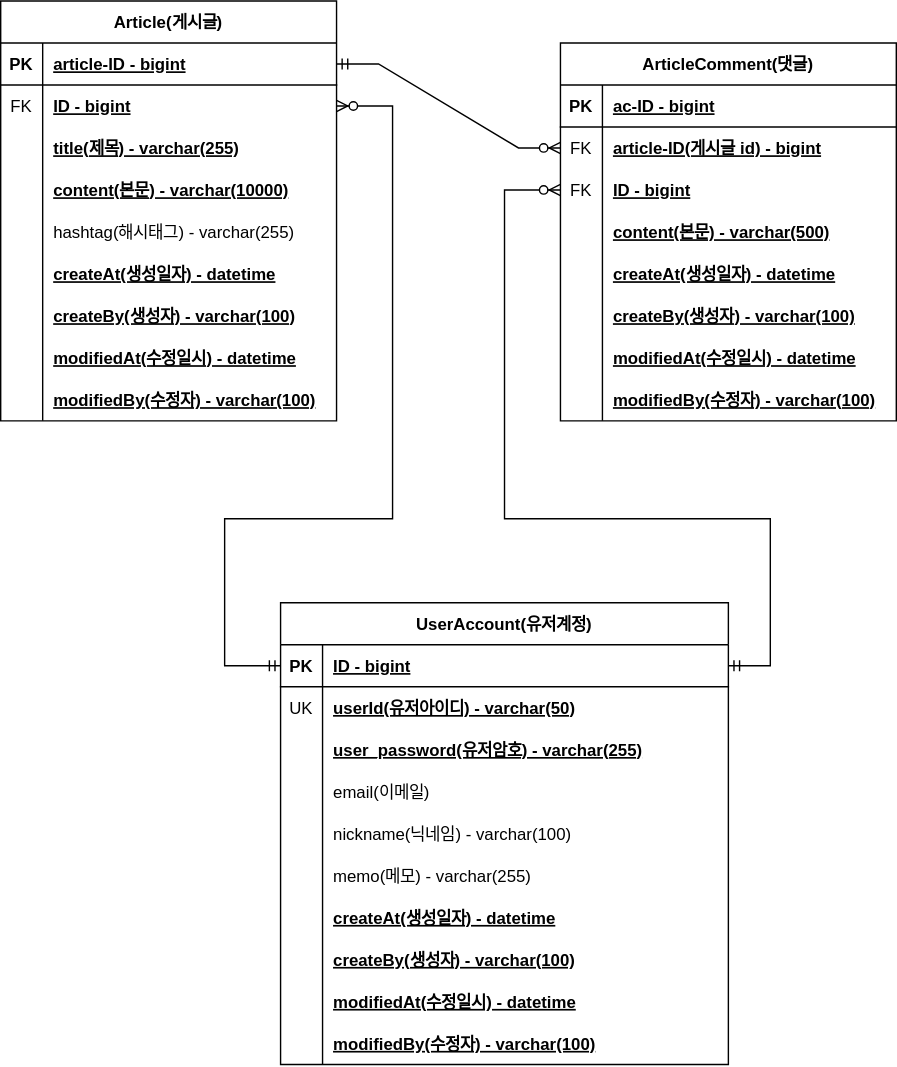
dohyun332/project-board keeps this draw.io diagram as document/ERD.svg. Above is the earlier version. Source tidied: cells renumbered, new cells last; positions are measured from the earlier drawing's top-left corner, leaving out a move shared by most shapes.
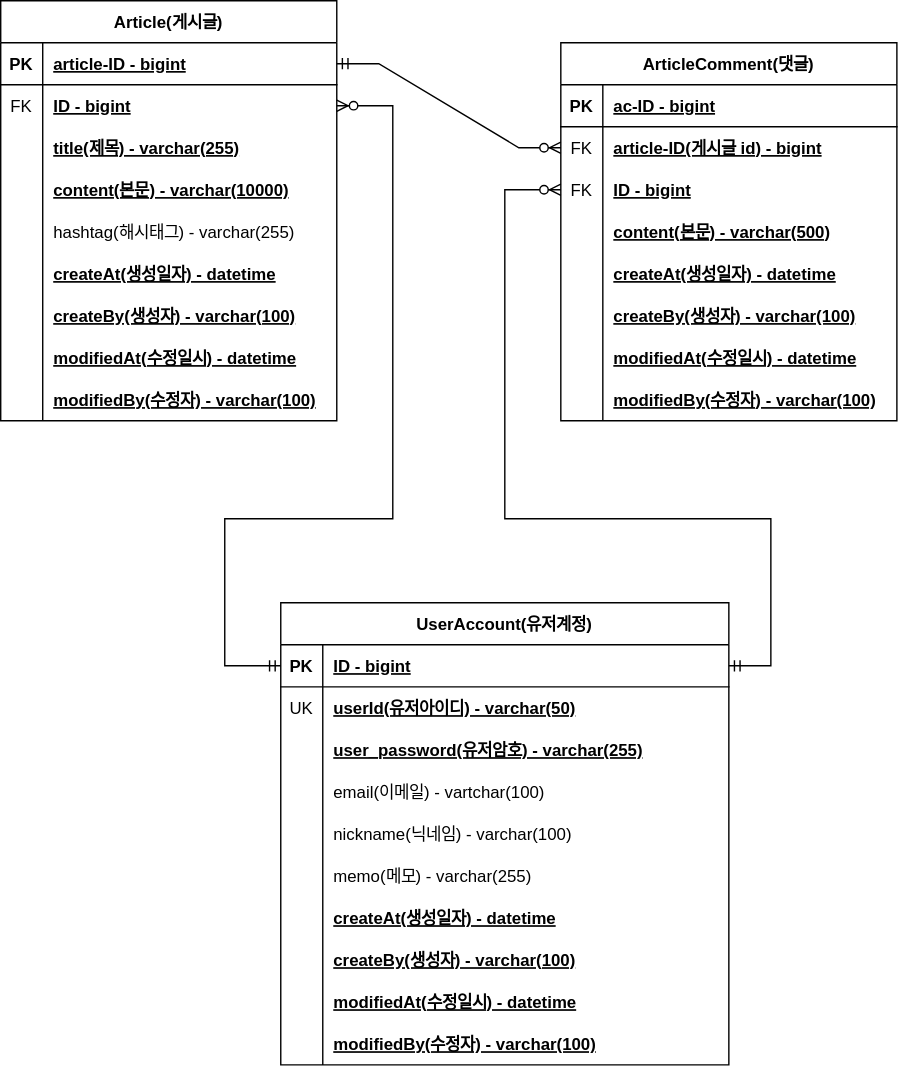
Above is the later version.

Diff of the diagram source:
```diff
@@ -200,7 +200,7 @@
     <mxCell id="67" style="shape=partialRectangle;fillColor=none;top=0;left=0;bottom=0;right=0;overflow=hidden;" parent="66" vertex="1">
       <mxGeometry width="30" height="30" as="geometry" />
     </mxCell>
-    <mxCell id="68" value="email(이메일)" style="shape=partialRectangle;fillColor=none;top=0;left=0;bottom=0;right=0;align=left;spacingLeft=6;overflow=hidden;" parent="66" vertex="1">
+    <mxCell id="68" value="email(이메일) - vartchar(100)" style="shape=partialRectangle;fillColor=none;top=0;left=0;bottom=0;right=0;align=left;spacingLeft=6;overflow=hidden;" parent="66" vertex="1">
       <mxGeometry x="30" width="290" height="30" as="geometry" />
     </mxCell>
     <mxCell id="69" style="shape=tableRow;horizontal=0;startSize=0;swimlaneHead=0;swimlaneBody=0;fillColor=none;top=0;left=0;right=0;bottom=0;" parent="56" vertex="1">
```
